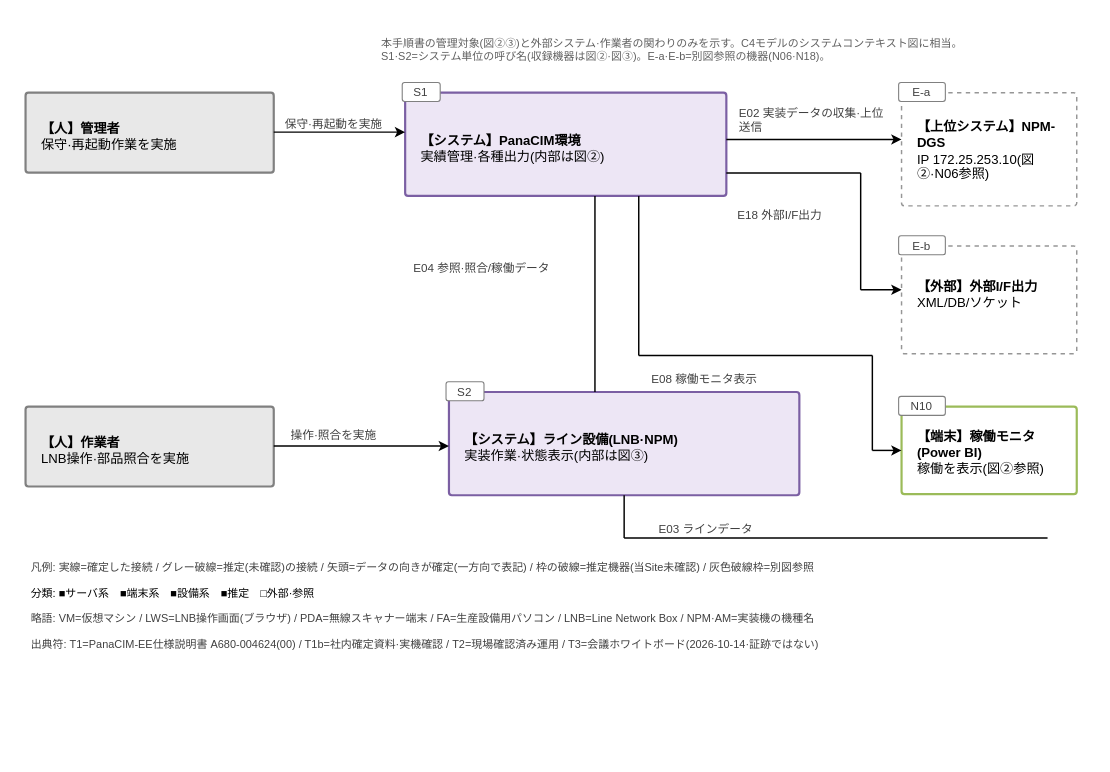
Before: page "相関図①" (1 of 3) of 20261102_管理文書用語と相関図/drawio_20261106/相関図_pana_20261106.drawio in nk-shino/work_vault, a draw.io diagram. Source tidied: cells renumbered, new cells numbered last; positions are measured from the earlier drawing's top-left corner, leaving out a move shared by most shapes. Both pictures are drawn from the tidied source at 146%, with x=0, y=0 at pixel (25, 25).
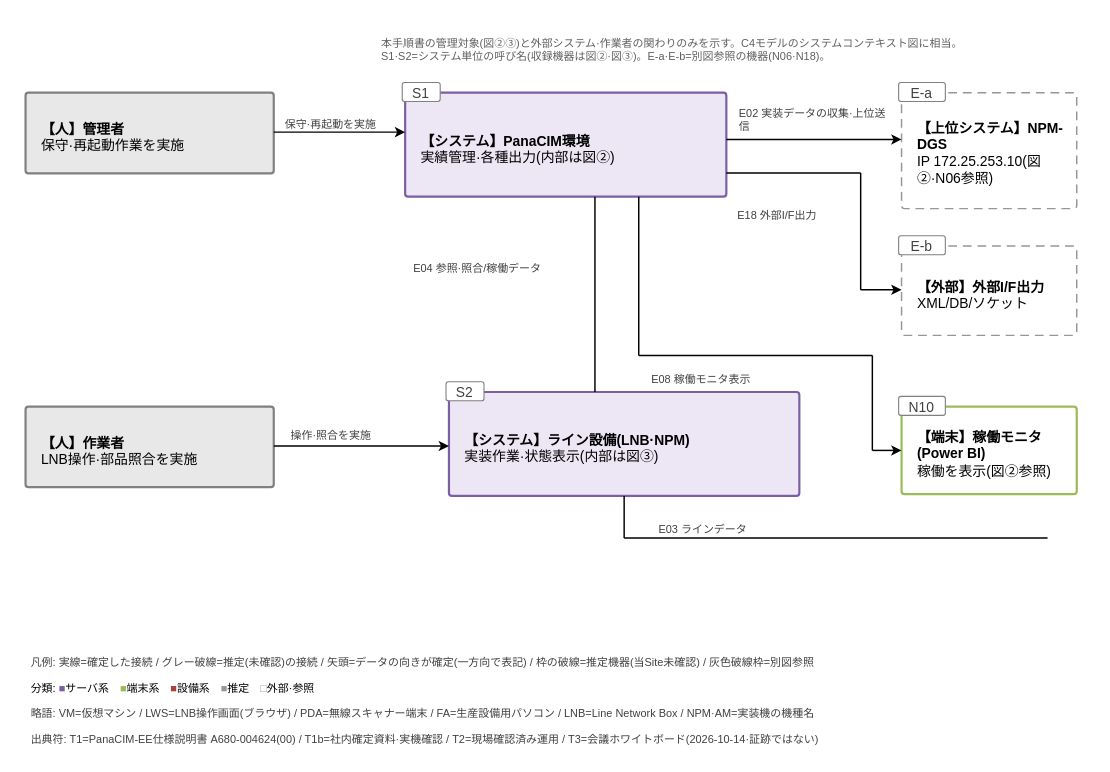
The same diagram, later.

The edit, as a diff of the source:
```diff
@@
     <mxCell id="3" style="rounded=1;absoluteArcSize=1;arcSize=4;whiteSpace=wrap;html=1;fontFamily=Meiryo UI;fillColor=#E8E8E8;strokeColor=#808080;strokeWidth=1.5;" parent="1" vertex="1">
-      <mxGeometry y="46" width="170" height="54.7" as="geometry" />
+      <mxGeometry y="46" width="170" height="55.2" as="geometry" />
     </mxCell>
-    <mxCell id="4" value="&lt;b&gt;【人】管理者&lt;/b&gt;&lt;br&gt;保守·再起動作業を実施" style="text;html=1;whiteSpace=wrap;fontFamily=Meiryo UI;fontSize=9;fontColor=#000000;align=left;verticalAlign=top;spacingLeft=2;spacingRight=2;spacingTop=1;spacingBottom=1;" parent="1" vertex="1">
-      <mxGeometry x="7" y="58.3" width="156" height="30.1" as="geometry" />
+    <mxCell id="4" value="&lt;b&gt;【人】管理者&lt;/b&gt;&lt;br&gt;保守·再起動作業を実施" style="text;html=1;whiteSpace=wrap;fontFamily=Meiryo UI;fontSize=9.5;fontColor=#000000;align=left;verticalAlign=top;spacingLeft=2;spacingRight=2;spacingTop=1;spacingBottom=1;" parent="1" vertex="1">
+      <mxGeometry x="7" y="58.3" width="156" height="30.6" as="geometry" />
     </mxCell>
     <mxCell id="5" style="rounded=1;absoluteArcSize=1;arcSize=4;whiteSpace=wrap;html=1;fontFamily=Meiryo UI;fillColor=#EDE6F5;strokeColor=#7B5FA3;strokeWidth=1.5;" parent="1" vertex="1">
-      <mxGeometry x="260" y="46" width="220" height="70.7" as="geometry" />
+      <mxGeometry x="260" y="46" width="220" height="71.2" as="geometry" />
     </mxCell>
-    <mxCell id="6" value="&lt;b&gt;【システム】PanaCIM環境&lt;/b&gt;&lt;br&gt;実績管理·各種出力(内部は図②)" style="text;html=1;whiteSpace=wrap;fontFamily=Meiryo UI;fontSize=9;fontColor=#000000;align=left;verticalAlign=top;spacingLeft=2;spacingRight=2;spacingTop=1;spacingBottom=1;" parent="1" vertex="1">
-      <mxGeometry x="267" y="66.3" width="206" height="30.1" as="geometry" />
+    <mxCell id="6" value="&lt;b&gt;【システム】PanaCIM環境&lt;/b&gt;&lt;br&gt;実績管理·各種出力(内部は図②)" style="text;html=1;whiteSpace=wrap;fontFamily=Meiryo UI;fontSize=9.5;fontColor=#000000;align=left;verticalAlign=top;spacingLeft=2;spacingRight=2;spacingTop=1;spacingBottom=1;" parent="1" vertex="1">
+      <mxGeometry x="267" y="66.3" width="206" height="30.6" as="geometry" />
     </mxCell>
-    <mxCell id="7" value="S1" style="rounded=1;absoluteArcSize=1;arcSize=3.25;whiteSpace=wrap;html=1;fontFamily=Meiryo UI;fontSize=8;fontColor=#404040;fillColor=#FFFFFF;strokeColor=#808080;strokeWidth=0.75;align=center;verticalAlign=middle;" parent="1" vertex="1">
+    <mxCell id="7" value="S1" style="rounded=1;absoluteArcSize=1;arcSize=3.25;whiteSpace=wrap;html=1;fontFamily=Meiryo UI;fontSize=9.5;fontColor=#404040;fillColor=#FFFFFF;strokeColor=#808080;strokeWidth=0.75;align=center;verticalAlign=middle;" parent="1" vertex="1">
       <mxGeometry x="258" y="39" width="26" height="13" as="geometry" />
     </mxCell>
-    <mxCell id="8" style="rounded=1;absoluteArcSize=1;arcSize=4;whiteSpace=wrap;html=1;fontFamily=Meiryo UI;fillColor=#FFFFFF;strokeColor=#969696;strokeWidth=1;dashed=1;" parent="1" vertex="1">
-      <mxGeometry x="600" y="46" width="120" height="77.5" as="geometry" />
+    <mxCell id="8" style="rounded=1;absoluteArcSize=1;arcSize=4;whiteSpace=wrap;html=1;fontFamily=Meiryo UI;fillColor=#FFFFFF;strokeColor=#969696;strokeWidth=1;dashed=1;dashPattern=6 4;" parent="1" vertex="1">
+      <mxGeometry x="600" y="46" width="120" height="79.4" as="geometry" />
     </mxCell>
-    <mxCell id="9" value="&lt;b&gt;【上位システム】NPM-DGS&lt;/b&gt;&lt;br&gt;IP 172.25.253.10(図②·N06参照)" style="text;html=1;whiteSpace=wrap;fontFamily=Meiryo UI;fontSize=9;fontColor=#000000;align=left;verticalAlign=top;spacingLeft=2;spacingRight=2;spacingTop=1;spacingBottom=1;" parent="1" vertex="1">
-      <mxGeometry x="607" y="56.7" width="106" height="56.2" as="geometry" />
+    <mxCell id="9" value="&lt;b&gt;【上位システム】NPM-DGS&lt;/b&gt;&lt;br&gt;IP 172.25.253.10(図②·N06参照)" style="text;html=1;whiteSpace=wrap;fontFamily=Meiryo UI;fontSize=9.5;fontColor=#000000;align=left;verticalAlign=top;spacingLeft=2;spacingRight=2;spacingTop=1;spacingBottom=1;" parent="1" vertex="1">
+      <mxGeometry x="607" y="56.7" width="106" height="58.1" as="geometry" />
     </mxCell>
-    <mxCell id="10" value="E-a" style="rounded=1;absoluteArcSize=1;arcSize=3.25;whiteSpace=wrap;html=1;fontFamily=Meiryo UI;fontSize=8;fontColor=#404040;fillColor=#FFFFFF;strokeColor=#808080;strokeWidth=0.75;align=center;verticalAlign=middle;" parent="1" vertex="1">
+    <mxCell id="10" value="E-a" style="rounded=1;absoluteArcSize=1;arcSize=3.25;whiteSpace=wrap;html=1;fontFamily=Meiryo UI;fontSize=9.5;fontColor=#404040;fillColor=#FFFFFF;strokeColor=#808080;strokeWidth=0.75;align=center;verticalAlign=middle;" parent="1" vertex="1">
       <mxGeometry x="598" y="39" width="32" height="13" as="geometry" />
     </mxCell>
-    <mxCell id="11" style="rounded=1;absoluteArcSize=1;arcSize=4;whiteSpace=wrap;html=1;fontFamily=Meiryo UI;fillColor=#FFFFFF;strokeColor=#969696;strokeWidth=1;dashed=1;" parent="1" vertex="1">
-      <mxGeometry x="600" y="151" width="120" height="73.8" as="geometry" />
+    <mxCell id="11" style="rounded=1;absoluteArcSize=1;arcSize=4;whiteSpace=wrap;html=1;fontFamily=Meiryo UI;fillColor=#FFFFFF;strokeColor=#969696;strokeWidth=1;dashed=1;dashPattern=6 4;" parent="1" vertex="1">
+      <mxGeometry x="600" y="151" width="120" height="61.2" as="geometry" />
     </mxCell>
-    <mxCell id="12" value="&lt;b&gt;【外部】外部I/F出力&lt;/b&gt;&lt;br&gt;XML/DB/ソケット" style="text;html=1;whiteSpace=wrap;fontFamily=Meiryo UI;fontSize=9;fontColor=#000000;align=left;verticalAlign=top;spacingLeft=2;spacingRight=2;spacingTop=1;spacingBottom=1;" parent="1" vertex="1">
-      <mxGeometry x="607" y="166.3" width="106" height="43.2" as="geometry" />
+    <mxCell id="12" value="&lt;b&gt;【外部】外部I/F出力&lt;/b&gt;&lt;br&gt;XML/DB/ソケット" style="text;html=1;whiteSpace=wrap;fontFamily=Meiryo UI;fontSize=9.5;fontColor=#000000;align=left;verticalAlign=top;spacingLeft=2;spacingRight=2;spacingTop=1;spacingBottom=1;" parent="1" vertex="1">
+      <mxGeometry x="607" y="166.3" width="106" height="30.6" as="geometry" />
     </mxCell>
-    <mxCell id="13" value="E-b" style="rounded=1;absoluteArcSize=1;arcSize=3.25;whiteSpace=wrap;html=1;fontFamily=Meiryo UI;fontSize=8;fontColor=#404040;fillColor=#FFFFFF;strokeColor=#808080;strokeWidth=0.75;align=center;verticalAlign=middle;" parent="1" vertex="1">
+    <mxCell id="13" value="E-b" style="rounded=1;absoluteArcSize=1;arcSize=3.25;whiteSpace=wrap;html=1;fontFamily=Meiryo UI;fontSize=9.5;fontColor=#404040;fillColor=#FFFFFF;strokeColor=#808080;strokeWidth=0.75;align=center;verticalAlign=middle;" parent="1" vertex="1">
       <mxGeometry x="598" y="144" width="32" height="13" as="geometry" />
     </mxCell>
     <mxCell id="14" style="rounded=1;absoluteArcSize=1;arcSize=4;whiteSpace=wrap;html=1;fontFamily=Meiryo UI;fillColor=#E8E8E8;strokeColor=#808080;strokeWidth=1.5;" parent="1" vertex="1">
-      <mxGeometry y="261" width="170" height="54.7" as="geometry" />
+      <mxGeometry y="261" width="170" height="55.2" as="geometry" />
     </mxCell>
-    <mxCell id="15" value="&lt;b&gt;【人】作業者&lt;/b&gt;&lt;br&gt;LNB操作·部品照合を実施" style="text;html=1;whiteSpace=wrap;fontFamily=Meiryo UI;fontSize=9;fontColor=#000000;align=left;verticalAlign=top;spacingLeft=2;spacingRight=2;spacingTop=1;spacingBottom=1;" parent="1" vertex="1">
-      <mxGeometry x="7" y="273.3" width="156" height="30.1" as="geometry" />
+    <mxCell id="15" value="&lt;b&gt;【人】作業者&lt;/b&gt;&lt;br&gt;LNB操作·部品照合を実施" style="text;html=1;whiteSpace=wrap;fontFamily=Meiryo UI;fontSize=9.5;fontColor=#000000;align=left;verticalAlign=top;spacingLeft=2;spacingRight=2;spacingTop=1;spacingBottom=1;" parent="1" vertex="1">
+      <mxGeometry x="7" y="273.3" width="156" height="30.6" as="geometry" />
     </mxCell>
     <mxCell id="16" style="rounded=1;absoluteArcSize=1;arcSize=4;whiteSpace=wrap;html=1;fontFamily=Meiryo UI;fillColor=#EDE6F5;strokeColor=#7B5FA3;strokeWidth=1.5;" parent="1" vertex="1">
-      <mxGeometry x="290" y="251" width="240" height="70.7" as="geometry" />
+      <mxGeometry x="290" y="251" width="240" height="71.2" as="geometry" />
     </mxCell>
-    <mxCell id="17" value="&lt;b&gt;【システム】ライン設備(LNB·NPM)&lt;/b&gt;&lt;br&gt;実装作業·状態表示(内部は図③)" style="text;html=1;whiteSpace=wrap;fontFamily=Meiryo UI;fontSize=9;fontColor=#000000;align=left;verticalAlign=top;spacingLeft=2;spacingRight=2;spacingTop=1;spacingBottom=1;" parent="1" vertex="1">
-      <mxGeometry x="297" y="271.3" width="226" height="30.1" as="geometry" />
+    <mxCell id="17" value="&lt;b&gt;【システム】ライン設備(LNB·NPM)&lt;/b&gt;&lt;br&gt;実装作業·状態表示(内部は図③)" style="text;html=1;whiteSpace=wrap;fontFamily=Meiryo UI;fontSize=9.5;fontColor=#000000;align=left;verticalAlign=top;spacingLeft=2;spacingRight=2;spacingTop=1;spacingBottom=1;" parent="1" vertex="1">
+      <mxGeometry x="297" y="271.3" width="226" height="30.6" as="geometry" />
     </mxCell>
-    <mxCell id="18" value="S2" style="rounded=1;absoluteArcSize=1;arcSize=3.25;whiteSpace=wrap;html=1;fontFamily=Meiryo UI;fontSize=8;fontColor=#404040;fillColor=#FFFFFF;strokeColor=#808080;strokeWidth=0.75;align=center;verticalAlign=middle;" parent="1" vertex="1">
+    <mxCell id="18" value="S2" style="rounded=1;absoluteArcSize=1;arcSize=3.25;whiteSpace=wrap;html=1;fontFamily=Meiryo UI;fontSize=9.5;fontColor=#404040;fillColor=#FFFFFF;strokeColor=#808080;strokeWidth=0.75;align=center;verticalAlign=middle;" parent="1" vertex="1">
       <mxGeometry x="288" y="244" width="26" height="13" as="geometry" />
     </mxCell>
@@
-    <mxCell id="20" value="&lt;b&gt;【端末】稼働モニタ(Power BI)&lt;/b&gt;&lt;br&gt;稼働を表示(図②参照)" style="text;html=1;whiteSpace=wrap;fontFamily=Meiryo UI;fontSize=9;fontColor=#000000;align=left;verticalAlign=top;spacingLeft=2;spacingRight=2;spacingTop=1;spacingBottom=1;" parent="1" vertex="1">
+    <mxCell id="20" value="&lt;b&gt;【端末】稼働モニタ(Power BI)&lt;/b&gt;&lt;br&gt;稼働を表示(図②参照)" style="text;html=1;whiteSpace=wrap;fontFamily=Meiryo UI;fontSize=9.5;fontColor=#000000;align=left;verticalAlign=top;spacingLeft=2;spacingRight=2;spacingTop=1;spacingBottom=1;" parent="1" vertex="1">
       <mxGeometry x="607" y="268.8" width="106" height="44.4" as="geometry" />
     </mxCell>
-    <mxCell id="21" value="N10" style="rounded=1;absoluteArcSize=1;arcSize=3.25;whiteSpace=wrap;html=1;fontFamily=Meiryo UI;fontSize=8;fontColor=#404040;fillColor=#FFFFFF;strokeColor=#808080;strokeWidth=0.75;align=center;verticalAlign=middle;" parent="1" vertex="1">
+    <mxCell id="21" value="N10" style="rounded=1;absoluteArcSize=1;arcSize=3.25;whiteSpace=wrap;html=1;fontFamily=Meiryo UI;fontSize=9.5;fontColor=#404040;fillColor=#FFFFFF;strokeColor=#808080;strokeWidth=0.75;align=center;verticalAlign=middle;" parent="1" vertex="1">
       <mxGeometry x="598" y="254" width="32" height="13" as="geometry" />
     </mxCell>
@@
-    <mxCell id="23" value="保守·再起動を実施" style="text;html=1;whiteSpace=wrap;fontFamily=Meiryo UI;fontSize=8;fontColor=#404040;align=left;verticalAlign=top;spacingLeft=2;spacingRight=2;spacingTop=1;spacingBottom=1;" parent="1" vertex="1">
-      <mxGeometry x="174" y="56" width="80" height="14.6" as="geometry" />
+    <mxCell id="23" value="保守·再起動を実施" style="text;html=1;whiteSpace=wrap;fontFamily=Meiryo UI;fontSize=7.5;fontColor=#404040;align=left;verticalAlign=top;spacingLeft=2;spacingRight=2;spacingTop=1;spacingBottom=1;" parent="1" vertex="1">
+      <mxGeometry x="174" y="56" width="80" height="14.3" as="geometry" />
     </mxCell>
@@
-    <mxCell id="25" value="操作·照合を実施" style="text;html=1;whiteSpace=wrap;fontFamily=Meiryo UI;fontSize=8;fontColor=#404040;align=left;verticalAlign=top;spacingLeft=2;spacingRight=2;spacingTop=1;spacingBottom=1;" parent="1" vertex="1">
-      <mxGeometry x="178" y="269" width="76" height="14.6" as="geometry" />
+    <mxCell id="25" value="操作·照合を実施" style="text;html=1;whiteSpace=wrap;fontFamily=Meiryo UI;fontSize=7.5;fontColor=#404040;align=left;verticalAlign=top;spacingLeft=2;spacingRight=2;spacingTop=1;spacingBottom=1;" parent="1" vertex="1">
+      <mxGeometry x="178" y="269" width="76" height="14.3" as="geometry" />
     </mxCell>
@@
-    <mxCell id="27" value="E02 実装データの収集·上位送信" style="text;html=1;whiteSpace=wrap;fontFamily=Meiryo UI;fontSize=8;fontColor=#404040;align=left;verticalAlign=top;spacingLeft=2;spacingRight=2;spacingTop=1;spacingBottom=1;" parent="1" vertex="1">
+    <mxCell id="27" value="E02 実装データの収集·上位送信" style="text;html=1;whiteSpace=wrap;fontFamily=Meiryo UI;fontSize=7.5;fontColor=#404040;align=left;verticalAlign=top;spacingLeft=2;spacingRight=2;spacingTop=1;spacingBottom=1;" parent="1" vertex="1">
       <mxGeometry x="485" y="48" width="110" height="27.7" as="geometry" />
     </mxCell>
@@
-    <mxCell id="31" value="E18 外部I/F出力" style="text;html=1;whiteSpace=wrap;fontFamily=Meiryo UI;fontSize=8;fontColor=#404040;align=left;verticalAlign=top;spacingLeft=2;spacingRight=2;spacingTop=1;spacingBottom=1;" parent="1" vertex="1">
-      <mxGeometry x="484" y="118" width="80" height="14.6" as="geometry" />
+    <mxCell id="31" value="E18 外部I/F出力" style="text;html=1;whiteSpace=wrap;fontFamily=Meiryo UI;fontSize=7.5;fontColor=#404040;align=left;verticalAlign=top;spacingLeft=2;spacingRight=2;spacingTop=1;spacingBottom=1;" parent="1" vertex="1">
+      <mxGeometry x="484" y="118" width="80" height="14.3" as="geometry" />
     </mxCell>
     <mxCell id="32" style="html=1;strokeColor=#000000;strokeWidth=1;endArrow=none;" parent="1" edge="1">
       <mxGeometry relative="1" as="geometry">
-        <mxPoint x="420" y="116.7" as="sourcePoint" />
+        <mxPoint x="420" y="117.2" as="sourcePoint" />
         <mxPoint x="420" y="226" as="targetPoint" />
       </mxGeometry>
     </mxCell>
@@
-    <mxCell id="36" value="E08 稼働モニタ表示" style="text;html=1;whiteSpace=wrap;fontFamily=Meiryo UI;fontSize=8;fontColor=#404040;align=left;verticalAlign=top;spacingLeft=2;spacingRight=2;spacingTop=1;spacingBottom=1;" parent="1" vertex="1">
-      <mxGeometry x="425" y="230" width="90" height="14.6" as="geometry" />
+    <mxCell id="36" value="E08 稼働モニタ表示" style="text;html=1;whiteSpace=wrap;fontFamily=Meiryo UI;fontSize=7.5;fontColor=#404040;align=left;verticalAlign=top;spacingLeft=2;spacingRight=2;spacingTop=1;spacingBottom=1;" parent="1" vertex="1">
+      <mxGeometry x="425" y="230" width="90" height="14.3" as="geometry" />
     </mxCell>
     <mxCell id="37" style="html=1;strokeColor=#000000;strokeWidth=1;endArrow=none;" parent="1" edge="1">
       <mxGeometry relative="1" as="geometry">
-        <mxPoint x="390" y="116.7" as="sourcePoint" />
+        <mxPoint x="390" y="117.2" as="sourcePoint" />
         <mxPoint x="390" y="251" as="targetPoint" />
       </mxGeometry>
     </mxCell>
-    <mxCell id="38" value="E04 参照·照合/稼働データ" style="text;html=1;whiteSpace=wrap;fontFamily=Meiryo UI;fontSize=8;fontColor=#404040;align=left;verticalAlign=top;spacingLeft=2;spacingRight=2;spacingTop=1;spacingBottom=1;" parent="1" vertex="1">
-      <mxGeometry x="262" y="154" width="122" height="14.6" as="geometry" />
+    <mxCell id="38" value="E04 参照·照合/稼働データ" style="text;html=1;whiteSpace=wrap;fontFamily=Meiryo UI;fontSize=7.5;fontColor=#404040;align=left;verticalAlign=top;spacingLeft=2;spacingRight=2;spacingTop=1;spacingBottom=1;" parent="1" vertex="1">
+      <mxGeometry x="262" y="154" width="122" height="14.3" as="geometry" />
     </mxCell>
     <mxCell id="39" style="html=1;strokeColor=#000000;strokeWidth=1;endArrow=none;" parent="1" edge="1">
       <mxGeometry relative="1" as="geometry">
-        <mxPoint x="410" y="321.7" as="sourcePoint" />
+        <mxPoint x="410" y="322.2" as="sourcePoint" />
         <mxPoint x="410" y="351" as="targetPoint" />
       </mxGeometry>
     </mxCell>
@@
-    <mxCell id="41" value="E03 ラインデータ" style="text;html=1;whiteSpace=wrap;fontFamily=Meiryo UI;fontSize=8;fontColor=#404040;align=left;verticalAlign=top;spacingLeft=2;spacingRight=2;spacingTop=1;spacingBottom=1;" parent="1" vertex="1">
-      <mxGeometry x="430" y="333" width="80" height="14.6" as="geometry" />
+    <mxCell id="41" value="E03 ラインデータ" style="text;html=1;whiteSpace=wrap;fontFamily=Meiryo UI;fontSize=7.5;fontColor=#404040;align=left;verticalAlign=top;spacingLeft=2;spacingRight=2;spacingTop=1;spacingBottom=1;" parent="1" vertex="1">
+      <mxGeometry x="430" y="333" width="80" height="14.3" as="geometry" />
     </mxCell>
     <mxCell id="42" value="凡例: 実線=確定した接続 / グレー破線=推定(未確認)の接続 / 矢頭=データの向きが確定(一方向で表記) / 枠の破線=推定機器(当Site未確認) / 灰色破線枠=別図参照" style="text;html=1;whiteSpace=wrap;fontFamily=Meiryo UI;fontSize=7.5;fontColor=#404040;align=left;verticalAlign=top;spacingLeft=2;spacingRight=2;spacingTop=1;spacingBottom=1;" parent="1" vertex="1">
-      <mxGeometry y="359" width="700" height="13.5" as="geometry" />
+      <mxGeometry y="424.2" width="700" height="13.5" as="geometry" />
     </mxCell>
-    <mxCell id="43" value="分類: ■サーバ系　■端末系　■設備系　■推定　□外部·参照" style="text;html=1;whiteSpace=wrap;fontFamily=Meiryo UI;fontSize=7.5;fontColor=#000000;align=left;verticalAlign=top;spacingLeft=2;spacingRight=2;spacingTop=1;spacingBottom=1;" parent="1" vertex="1">
-      <mxGeometry y="376.5" width="700" height="13.5" as="geometry" />
+    <mxCell id="43" value="分類: &lt;font color=&quot;#7B5FA3&quot;&gt;■&lt;/font&gt;サーバ系　&lt;font color=&quot;#9BBB59&quot;&gt;■&lt;/font&gt;端末系　&lt;font color=&quot;#A94438&quot;&gt;■&lt;/font&gt;設備系　&lt;font color=&quot;#969696&quot;&gt;■&lt;/font&gt;推定　&lt;font color=&quot;#969696&quot;&gt;□&lt;/font&gt;外部·参照" style="text;html=1;whiteSpace=wrap;fontFamily=Meiryo UI;fontSize=7.5;fontColor=#000000;align=left;verticalAlign=top;spacingLeft=2;spacingRight=2;spacingTop=1;spacingBottom=1;" parent="1" vertex="1">
+      <mxGeometry y="441.7" width="700" height="13.5" as="geometry" />
     </mxCell>
     <mxCell id="44" value="略語: VM=仮想マシン / LWS=LNB操作画面(ブラウザ) / PDA=無線スキャナー端末 / FA=生産設備用パソコン / LNB=Line Network Box / NPM·AM=実装機の機種名" style="text;html=1;whiteSpace=wrap;fontFamily=Meiryo UI;fontSize=7.5;fontColor=#404040;align=left;verticalAlign=top;spacingLeft=2;spacingRight=2;spacingTop=1;spacingBottom=1;" parent="1" vertex="1">
-      <mxGeometry y="394" width="700" height="13.5" as="geometry" />
+      <mxGeometry y="459.2" width="700" height="13.5" as="geometry" />
     </mxCell>
     <mxCell id="45" value="出典符: T1=PanaCIM-EE仕様説明書 A680-004624(00) / T1b=社内確定資料·実機確認 / T2=現場確認済み運用 / T3=会議ホワイトボード(2026-10-14·証跡ではない)" style="text;html=1;whiteSpace=wrap;fontFamily=Meiryo UI;fontSize=7.5;fontColor=#404040;align=left;verticalAlign=top;spacingLeft=2;spacingRight=2;spacingTop=1;spacingBottom=1;" parent="1" vertex="1">
-      <mxGeometry y="411.6" width="700" height="13.5" as="geometry" />
+      <mxGeometry y="476.8" width="700" height="13.5" as="geometry" />
     </mxCell>
```
